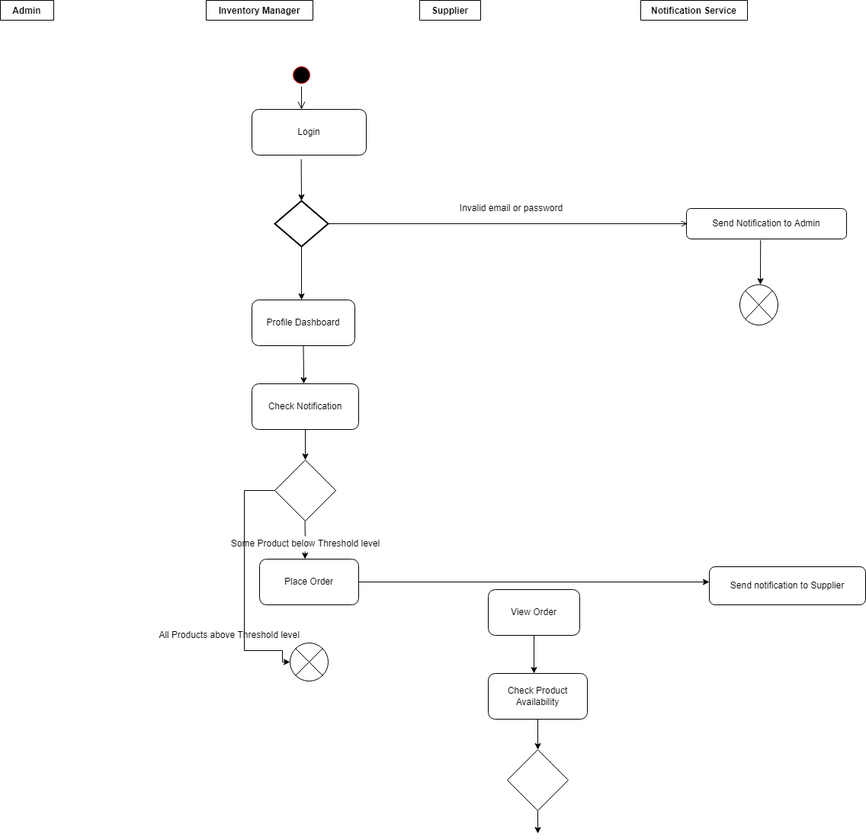
Earlier version of the draw.io export Activity Diagram for Inventory Management System.drawio.png (hrk-berserker27/hrk-berserker27). Source tidied: cells renumbered, new cells last; positions are measured from the earlier drawing's top-left corner, leaving out a move shared by most shapes.
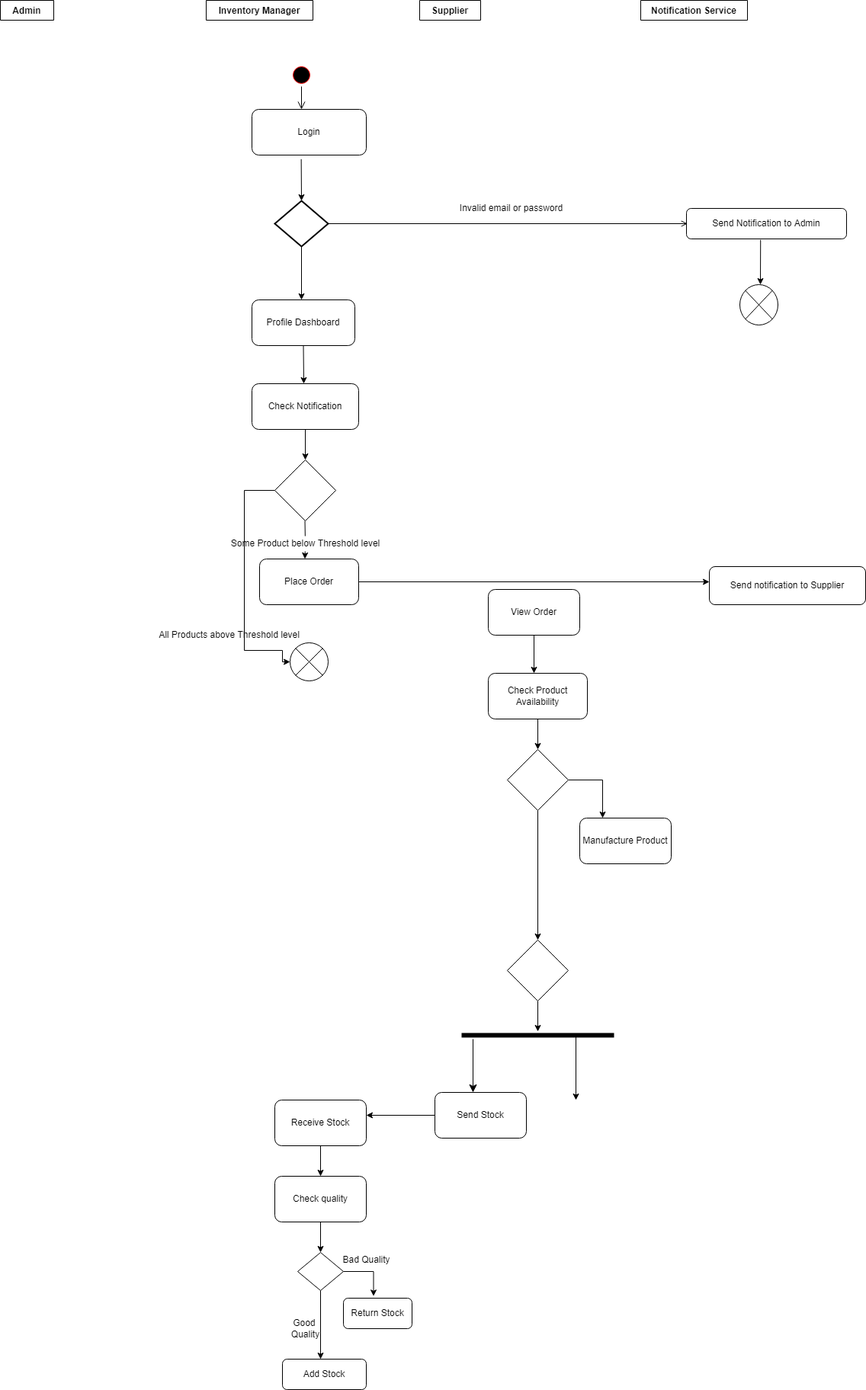
The same file after the commit.

The edit, as a diff of the source:
```diff
@@ -140,8 +140,83 @@
     </mxCell>
     <mxCell id="37" style="endArrow=classic;html=1;rounded=0;strokeColor=#000000;exitX=0.5;exitY=1;exitDx=0;exitDy=0;" parent="1" edge="1" source="36">
       <mxGeometry relative="1" as="geometry">
-        <mxPoint x="705" y="1093" as="targetPoint" />
+        <mxPoint x="705" y="1233" as="targetPoint" />
       </mxGeometry>
     </mxCell>
+    <mxCell id="38" style="endArrow=classic;html=1;rounded=0;strokeColor=#000000;exitX=1;exitY=0.5;exitDx=0;exitDy=0;edgeStyle=orthogonalEdgeStyle;" parent="1" edge="1" source="36">
+      <mxGeometry relative="1" as="geometry">
+        <mxPoint x="790" y="1073" as="targetPoint" />
+      </mxGeometry>
+    </mxCell>
+    <mxCell id="39" value="Manufacture Product" style="rounded=1;whiteSpace=wrap;html=1;" parent="1" vertex="1">
+      <mxGeometry x="760" y="1073" width="120" height="60" as="geometry" />
+    </mxCell>
+    <mxCell id="40" style="rhombus;whiteSpace=wrap;html=1;" parent="1" vertex="1">
+      <mxGeometry x="665" y="1233" width="80" height="80" as="geometry" />
+    </mxCell>
+    <mxCell id="41" style="shape=line;html=1;strokeWidth=6;strokeColor=#000000;" parent="1" vertex="1">
+      <mxGeometry x="605" y="1353" width="200" height="10" as="geometry" />
+    </mxCell>
+    <mxCell id="42" style="html=1;verticalAlign=bottom;endArrow=classic;endSize=8;strokeColor=#000000;rounded=0;endFill=1;" parent="1" edge="1">
+      <mxGeometry relative="1" as="geometry">
+        <mxPoint x="620" y="1363" as="sourcePoint" />
+        <mxPoint x="620" y="1433" as="targetPoint" />
+      </mxGeometry>
+    </mxCell>
+    <mxCell id="43" style="endArrow=classic;html=1;rounded=0;strokeColor=#000000;exitX=0.5;exitY=1;exitDx=0;exitDy=0;" parent="1" edge="1" source="40" target="41">
+      <mxGeometry relative="1" as="geometry" />
+    </mxCell>
+    <mxCell id="44" style="endArrow=classic;html=1;rounded=0;strokeColor=#000000;exitX=0.75;exitY=0.5;exitDx=0;exitDy=0;exitPerimeter=0;" parent="1" edge="1" source="41">
+      <mxGeometry relative="1" as="geometry">
+        <mxPoint x="755" y="1443" as="targetPoint" />
+      </mxGeometry>
+    </mxCell>
+    <mxCell id="45" value="Send Stock" style="rounded=1;whiteSpace=wrap;html=1;strokeColor=#000000;" parent="1" vertex="1">
+      <mxGeometry x="570" y="1433" width="120" height="60" as="geometry" />
+    </mxCell>
+    <mxCell id="46" style="endArrow=classic;html=1;rounded=0;strokeColor=#000000;exitX=0;exitY=0.5;exitDx=0;exitDy=0;" parent="1" edge="1" source="45">
+      <mxGeometry relative="1" as="geometry">
+        <mxPoint x="480" y="1463" as="targetPoint" />
+      </mxGeometry>
+    </mxCell>
+    <mxCell id="47" value="Receive Stock" style="rounded=1;whiteSpace=wrap;html=1;strokeColor=#000000;" parent="1" vertex="1">
+      <mxGeometry x="360" y="1443" width="120" height="60" as="geometry" />
+    </mxCell>
+    <mxCell id="48" style="endArrow=classic;html=1;rounded=0;strokeColor=#000000;entryX=0.5;entryY=0;entryDx=0;entryDy=0;" parent="1" edge="1" target="49">
+      <mxGeometry relative="1" as="geometry">
+        <mxPoint x="420" y="1503" as="sourcePoint" />
+      </mxGeometry>
+    </mxCell>
+    <mxCell id="49" value="Check quality" style="rounded=1;whiteSpace=wrap;html=1;strokeColor=#000000;" parent="1" vertex="1">
+      <mxGeometry x="360" y="1543" width="120" height="60" as="geometry" />
+    </mxCell>
+    <mxCell id="50" style="endArrow=classic;html=1;rounded=0;strokeColor=#000000;exitX=0.5;exitY=1;exitDx=0;exitDy=0;" parent="1" edge="1" source="49">
+      <mxGeometry relative="1" as="geometry">
+        <mxPoint x="420" y="1643" as="targetPoint" />
+      </mxGeometry>
+    </mxCell>
+    <mxCell id="51" style="rhombus;whiteSpace=wrap;html=1;strokeColor=#000000;" parent="1" vertex="1">
+      <mxGeometry x="390" y="1643" width="60" height="50" as="geometry" />
+    </mxCell>
+    <mxCell id="52" style="endArrow=classic;html=1;rounded=0;strokeColor=#000000;exitX=1;exitY=0.5;exitDx=0;exitDy=0;entryX=0.439;entryY=-0.067;entryDx=0;entryDy=0;entryPerimeter=0;edgeStyle=orthogonalEdgeStyle;" parent="1" edge="1" source="51" target="53">
+      <mxGeometry relative="1" as="geometry" />
+    </mxCell>
+    <mxCell id="53" value="Return Stock" style="rounded=1;whiteSpace=wrap;html=1;strokeColor=#000000;" parent="1" vertex="1">
+      <mxGeometry x="450" y="1703" width="90" height="40" as="geometry" />
+    </mxCell>
+    <mxCell id="54" style="endArrow=classic;html=1;rounded=0;strokeColor=#000000;exitX=0.5;exitY=1;exitDx=0;exitDy=0;" parent="1" edge="1" source="51">
+      <mxGeometry relative="1" as="geometry">
+        <mxPoint x="420" y="1783" as="targetPoint" />
+      </mxGeometry>
+    </mxCell>
+    <mxCell id="55" value="Add Stock" style="rounded=1;whiteSpace=wrap;html=1;strokeColor=#000000;" parent="1" vertex="1">
+      <mxGeometry x="370" y="1783" width="110" height="40" as="geometry" />
+    </mxCell>
+    <mxCell id="56" value="Bad Quality" style="text;html=1;align=center;verticalAlign=middle;fillColor=none;strokeColor=none;rounded=0;" parent="1" vertex="1">
+      <mxGeometry x="440" y="1643" width="80" height="20" as="geometry" />
+    </mxCell>
+    <mxCell id="57" value="Good&amp;nbsp;&lt;br&gt;Quality" style="text;html=1;align=center;verticalAlign=middle;fillColor=none;strokeColor=none;rounded=0;" parent="1" vertex="1">
+      <mxGeometry x="375" y="1728" width="50" height="30" as="geometry" />
+    </mxCell>
   </root>
 </mxGraphModel>
```
